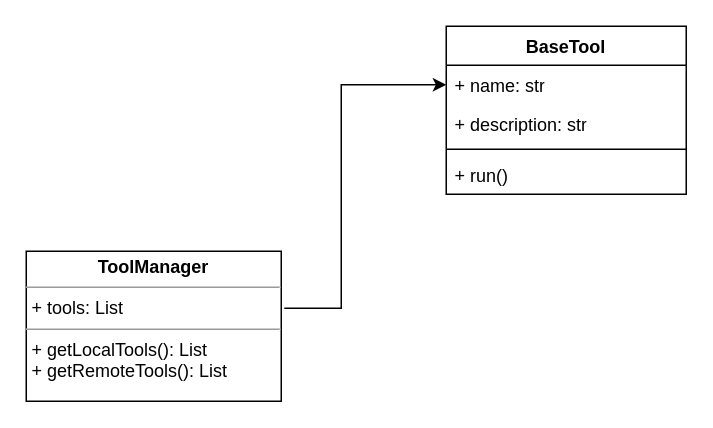
The draw.io diagram 未命名绘图.drawio in zhangfang/Auto-GPT, before the edit. Source tidied: cells renumbered, new cells numbered last; positions are measured from the earlier drawing's top-left corner, leaving out a move shared by most shapes. Both pictures are drawn from the tidied source at 150%, with x=0, y=0 at pixel (26, 26).
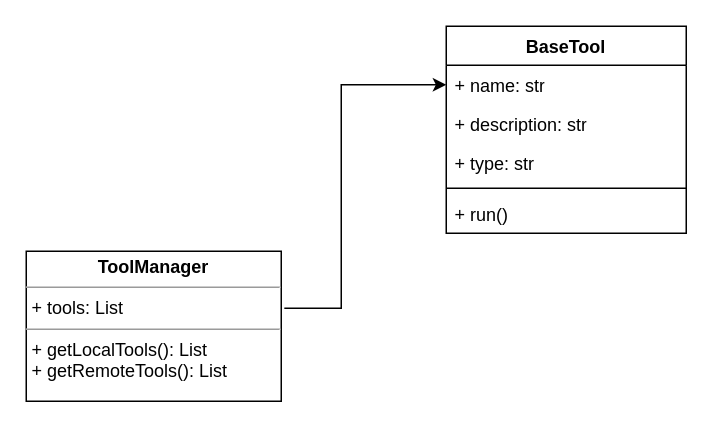
After the change.

Commit message (it also covers changes not shown here):
更新未命名绘图.drawio

Change to the diagram source:
```diff
@@
 <mxGraphModel>
   <root>
     <mxCell id="0" />
     <mxCell id="1" parent="0" />
     <mxCell id="2" style="edgeStyle=orthogonalEdgeStyle;rounded=0;jettySize=auto;html=1;entryX=0;entryY=0.5;entryDx=0;entryDy=0;exitX=1.012;exitY=0.38;exitDx=0;exitDy=0;exitPerimeter=0;" parent="1" edge="1" source="3" target="5">
       <mxGeometry relative="1" as="geometry">
         <Array as="points">
           <mxPoint x="210" y="188" />
           <mxPoint x="210" y="39" />
         </Array>
       </mxGeometry>
     </mxCell>
     <mxCell id="3" value="&lt;p style=&quot;margin:0px;margin-top:4px;text-align:center;&quot;&gt;&lt;b&gt;ToolManager&lt;/b&gt;&lt;/p&gt;&lt;hr size=&quot;1&quot;&gt;&lt;p style=&quot;margin:0px;margin-left:4px;&quot;&gt;+ tools: List&lt;/p&gt;&lt;hr size=&quot;1&quot;&gt;&lt;p style=&quot;margin:0px;margin-left:4px;&quot;&gt;+ getLocalTools(): List&lt;/p&gt;&lt;p style=&quot;margin:0px;margin-left:4px;&quot;&gt;+ getRemoteTools(): List&lt;/p&gt;" style="verticalAlign=top;align=left;overflow=fill;fontSize=12;fontFamily=Helvetica;html=1;whiteSpace=wrap;" parent="1" vertex="1">
       <mxGeometry y="150" width="170" height="100" as="geometry" />
     </mxCell>
     <mxCell id="4" value="BaseTool" style="swimlane;fontStyle=1;align=center;verticalAlign=top;horizontal=1;startSize=26;whiteSpace=wrap;html=1;" parent="1" vertex="1">
-      <mxGeometry x="280" width="160" height="112" as="geometry" />
+      <mxGeometry x="280" width="160" height="138" as="geometry" />
     </mxCell>
     <mxCell id="5" value="+ name: str" style="text;strokeColor=none;fillColor=none;align=left;verticalAlign=top;spacingLeft=4;spacingRight=4;overflow=hidden;points=[[0,0.5],[1,0.5]];portConstraint=eastwest;whiteSpace=wrap;html=1;" parent="4" vertex="1">
       <mxGeometry y="26" width="160" height="26" as="geometry" />
     </mxCell>
     <mxCell id="6" value="+ description: str" style="text;strokeColor=none;fillColor=none;align=left;verticalAlign=top;spacingLeft=4;spacingRight=4;overflow=hidden;whiteSpace=wrap;html=1;" parent="4" vertex="1">
       <mxGeometry y="52" width="160" height="26" as="geometry" />
     </mxCell>
+    <mxCell id="9" value="+ type: str" style="text;strokeColor=none;fillColor=none;align=left;verticalAlign=top;spacingLeft=4;spacingRight=4;overflow=hidden;whiteSpace=wrap;html=1;" parent="4" vertex="1">
+      <mxGeometry y="78" width="160" height="26" as="geometry" />
+    </mxCell>
     <mxCell id="7" style="line;strokeWidth=1;fillColor=none;align=left;verticalAlign=middle;spacingTop=-1;spacingLeft=3;spacingRight=3;labelPosition=right;strokeColor=inherit;" parent="4" vertex="1">
-      <mxGeometry y="78" width="160" height="8" as="geometry" />
+      <mxGeometry y="104" width="160" height="8" as="geometry" />
     </mxCell>
     <mxCell id="8" value="+ run()" style="text;strokeColor=none;fillColor=none;align=left;verticalAlign=top;spacingLeft=4;spacingRight=4;overflow=hidden;whiteSpace=wrap;html=1;" parent="4" vertex="1">
-      <mxGeometry y="86" width="160" height="26" as="geometry" />
+      <mxGeometry y="112" width="160" height="26" as="geometry" />
     </mxCell>
   </root>
 </mxGraphModel>
```
